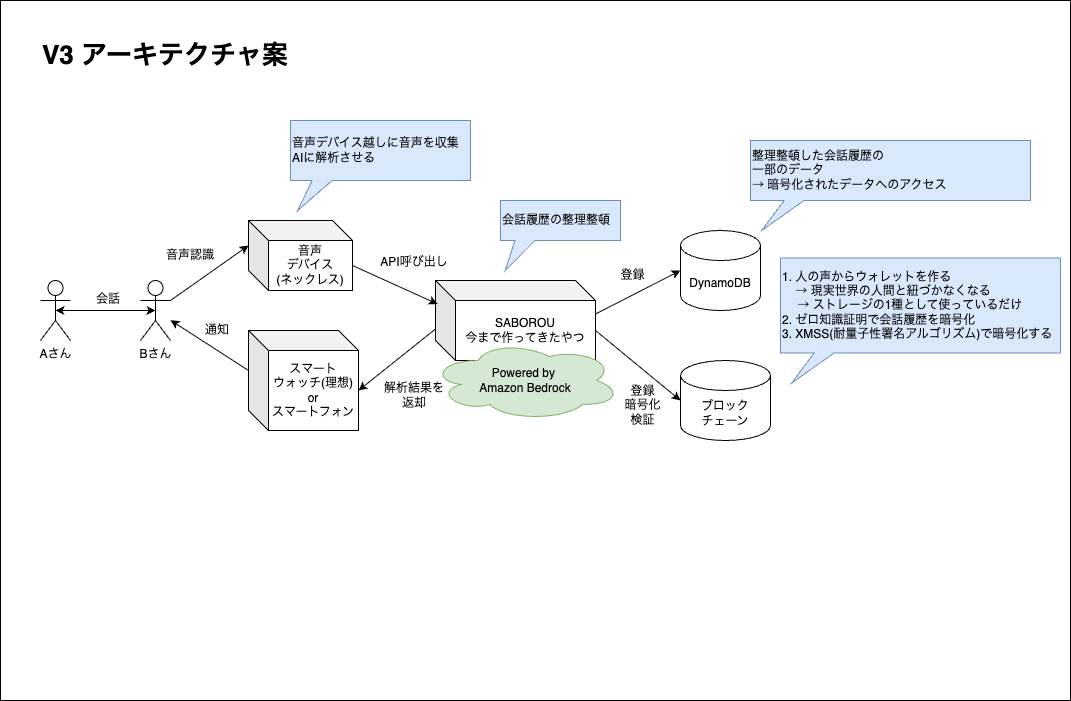
mashharuki/AWS-SummitHackathon-2026 keeps this draw.io diagram as docs/drawio/saborou-architecture-v3.drawio.png. Above is the earlier version. Source tidied: cells renumbered, new cells last; positions are measured from the earlier drawing's top-left corner, leaving out a move shared by most shapes. Source of this version:
```xml
<mxGraphModel background="#ffffff">
  <root>
    <mxCell id="0" />
    <mxCell id="1" parent="0" />
    <mxCell id="2" style="rounded=0;whiteSpace=wrap;html=1;" parent="1" vertex="1">
      <mxGeometry width="1070" height="700" as="geometry" />
    </mxCell>
    <mxCell id="3" value="&lt;font style=&quot;font-size: 26px;&quot;&gt;V3 アーキテクチャ案&lt;/font&gt;" style="text;html=1;align=center;verticalAlign=middle;whiteSpace=wrap;rounded=0;fontStyle=1;" parent="1" vertex="1">
      <mxGeometry x="30" y="40" width="270" height="30" as="geometry" />
    </mxCell>
    <mxCell id="4" value="Aさん" style="shape=umlActor;verticalLabelPosition=bottom;verticalAlign=top;html=1;outlineConnect=0;" parent="1" vertex="1">
      <mxGeometry x="40" y="280" width="30" height="60" as="geometry" />
    </mxCell>
    <mxCell id="5" value="Bさん" style="shape=umlActor;verticalLabelPosition=bottom;verticalAlign=top;html=1;outlineConnect=0;" parent="1" vertex="1">
      <mxGeometry x="140" y="280" width="30" height="60" as="geometry" />
    </mxCell>
    <mxCell id="6" value="音声&lt;div&gt;デバイス&lt;/div&gt;&lt;div&gt;(ネックレス)&lt;/div&gt;" style="shape=cube;whiteSpace=wrap;html=1;boundedLbl=1;backgroundOutline=1;darkOpacity=0.05;darkOpacity2=0.1;" parent="1" vertex="1">
      <mxGeometry x="248" y="220" width="104" height="70" as="geometry" />
    </mxCell>
    <mxCell id="7" value="スマート&lt;div&gt;ウォッチ(理想)&lt;br&gt;or&lt;br&gt;スマートフォン&lt;/div&gt;" style="shape=cube;whiteSpace=wrap;html=1;boundedLbl=1;backgroundOutline=1;darkOpacity=0.05;darkOpacity2=0.1;" parent="1" vertex="1">
      <mxGeometry x="248" y="330" width="110" height="100" as="geometry" />
    </mxCell>
    <mxCell id="8" value="SABOROU&lt;div&gt;今まで作ってきたやつ&lt;/div&gt;" style="shape=cube;whiteSpace=wrap;html=1;boundedLbl=1;backgroundOutline=1;darkOpacity=0.05;darkOpacity2=0.1;" parent="1" vertex="1">
      <mxGeometry x="435" y="280" width="160" height="80" as="geometry" />
    </mxCell>
    <mxCell id="9" value="1. 人の声からウォレットを作る&lt;br&gt;&amp;nbsp; &amp;nbsp; → 現実世界の人間と紐づかなくなる&lt;br&gt;　 → ストレージの1種として使っているだけ&lt;br&gt;2. ゼロ知識証明で会話履歴を暗号化&lt;br&gt;3. XMSS(耐量子性署名アルゴリズム)で暗号化する" style="shape=callout;whiteSpace=wrap;html=1;perimeter=calloutPerimeter;align=left;size=30;position=0.12;position2=0.04;fillColor=#dae8fc;strokeColor=#6c8ebf;" parent="1" vertex="1">
      <mxGeometry x="780" y="257.5" width="280" height="125" as="geometry" />
    </mxCell>
    <mxCell id="10" value="DynamoDB" style="shape=cylinder3;whiteSpace=wrap;html=1;boundedLbl=1;backgroundOutline=1;size=15;" parent="1" vertex="1">
      <mxGeometry x="680" y="230" width="80" height="80" as="geometry" />
    </mxCell>
    <mxCell id="11" value="ブロック&lt;div&gt;チェーン&lt;/div&gt;" style="shape=cylinder3;whiteSpace=wrap;html=1;boundedLbl=1;backgroundOutline=1;size=15;" parent="1" vertex="1">
      <mxGeometry x="680" y="360" width="90" height="80" as="geometry" />
    </mxCell>
    <mxCell id="12" value="Powered by&amp;nbsp;&lt;div&gt;Amazon Bedrock&lt;/div&gt;" style="ellipse;shape=cloud;whiteSpace=wrap;html=1;fillColor=#d5e8d4;strokeColor=#82b366;" parent="1" vertex="1">
      <mxGeometry x="430" y="340" width="190" height="80" as="geometry" />
    </mxCell>
    <mxCell id="13" value="音声デバイス越しに音声を収集&lt;br&gt;AIに解析させる" style="shape=callout;whiteSpace=wrap;html=1;perimeter=calloutPerimeter;align=left;size=30;position=0.12;position2=0.04;fillColor=#dae8fc;strokeColor=#6c8ebf;" parent="1" vertex="1">
      <mxGeometry x="290" y="120" width="180" height="90" as="geometry" />
    </mxCell>
    <mxCell id="14" value="会話履歴の整理整頓" style="shape=callout;whiteSpace=wrap;html=1;perimeter=calloutPerimeter;align=left;size=30;position=0.12;position2=0.04;fillColor=#dae8fc;strokeColor=#6c8ebf;" parent="1" vertex="1">
      <mxGeometry x="500" y="200" width="120" height="70" as="geometry" />
    </mxCell>
    <mxCell id="15" value="整理整頓した会話履歴の&lt;br&gt;一部のデータ&lt;br&gt;→ 暗号化されたデータへのアクセス" style="shape=callout;whiteSpace=wrap;html=1;perimeter=calloutPerimeter;align=left;size=30;position=0.12;position2=0.04;fillColor=#dae8fc;strokeColor=#6c8ebf;" parent="1" vertex="1">
      <mxGeometry x="750" y="140" width="280" height="90" as="geometry" />
    </mxCell>
    <mxCell id="16" style="endArrow=classic;startArrow=classic;html=1;entryX=0.5;entryY=0.5;entryDx=0;entryDy=0;entryPerimeter=0;exitX=0.5;exitY=0.5;exitDx=0;exitDy=0;exitPerimeter=0;" parent="1" edge="1" source="4" target="5">
      <mxGeometry relative="1" as="geometry" />
    </mxCell>
    <mxCell id="17" value="会話" style="text;html=1;align=center;verticalAlign=middle;whiteSpace=wrap;rounded=0;" parent="1" vertex="1">
      <mxGeometry x="78" y="284" width="60" height="30" as="geometry" />
    </mxCell>
    <mxCell id="18" style="endArrow=classic;html=1;exitX=1;exitY=0.3333333333333333;exitDx=0;exitDy=0;exitPerimeter=0;entryX=0;entryY=0;entryDx=0;entryDy=25;entryPerimeter=0;" parent="1" edge="1" source="5" target="6">
      <mxGeometry relative="1" as="geometry" />
    </mxCell>
    <mxCell id="19" style="endArrow=classic;html=1;exitX=0;exitY=0;exitDx=0;exitDy=40;exitPerimeter=0;" parent="1" edge="1" source="7" target="5">
      <mxGeometry relative="1" as="geometry" />
    </mxCell>
    <mxCell id="20" value="音声認識" style="text;html=1;align=center;verticalAlign=middle;whiteSpace=wrap;rounded=0;" parent="1" vertex="1">
      <mxGeometry x="160" y="240" width="60" height="30" as="geometry" />
    </mxCell>
    <mxCell id="21" value="通知" style="text;html=1;align=center;verticalAlign=middle;whiteSpace=wrap;rounded=0;" parent="1" vertex="1">
      <mxGeometry x="197" y="315" width="40" height="30" as="geometry" />
    </mxCell>
    <mxCell id="22" style="endArrow=classic;html=1;exitX=0;exitY=0;exitDx=104;exitDy=45;exitPerimeter=0;entryX=0.013;entryY=0.294;entryDx=0;entryDy=0;entryPerimeter=0;" parent="1" edge="1" source="6" target="8">
      <mxGeometry relative="1" as="geometry" />
    </mxCell>
    <mxCell id="23" style="endArrow=classic;html=1;exitX=0;exitY=0.606;exitDx=0;exitDy=0;exitPerimeter=0;entryX=0;entryY=0;entryDx=110;entryDy=60;entryPerimeter=0;" parent="1" edge="1" source="8" target="7">
      <mxGeometry relative="1" as="geometry" />
    </mxCell>
    <mxCell id="24" value="API呼び出し" style="text;html=1;align=center;verticalAlign=middle;whiteSpace=wrap;rounded=0;" parent="1" vertex="1">
      <mxGeometry x="378" y="247" width="72" height="30" as="geometry" />
    </mxCell>
    <mxCell id="25" value="解析結果を返却" style="text;html=1;align=center;verticalAlign=middle;whiteSpace=wrap;rounded=0;" parent="1" vertex="1">
      <mxGeometry x="378" y="380" width="72" height="30" as="geometry" />
    </mxCell>
    <mxCell id="26" style="endArrow=classic;html=1;exitX=1;exitY=0.419;exitDx=0;exitDy=0;exitPerimeter=0;entryX=0;entryY=0.5;entryDx=0;entryDy=0;entryPerimeter=0;" parent="1" edge="1" source="8" target="10">
      <mxGeometry relative="1" as="geometry" />
    </mxCell>
    <mxCell id="27" value="登録" style="text;html=1;align=center;verticalAlign=middle;whiteSpace=wrap;rounded=0;" parent="1" vertex="1">
      <mxGeometry x="610" y="260" width="45" height="30" as="geometry" />
    </mxCell>
    <mxCell id="28" value="登録&lt;br&gt;暗号化&lt;br&gt;検証" style="text;html=1;align=center;verticalAlign=middle;whiteSpace=wrap;rounded=0;" parent="1" vertex="1">
      <mxGeometry x="620" y="390" width="45" height="30" as="geometry" />
    </mxCell>
    <mxCell id="29" style="endArrow=classic;html=1;exitX=0;exitY=0;exitDx=160;exitDy=50;exitPerimeter=0;entryX=0;entryY=0.5;entryDx=0;entryDy=0;entryPerimeter=0;" parent="1" edge="1" source="8" target="11">
      <mxGeometry relative="1" as="geometry" />
    </mxCell>
  </root>
</mxGraphModel>
```
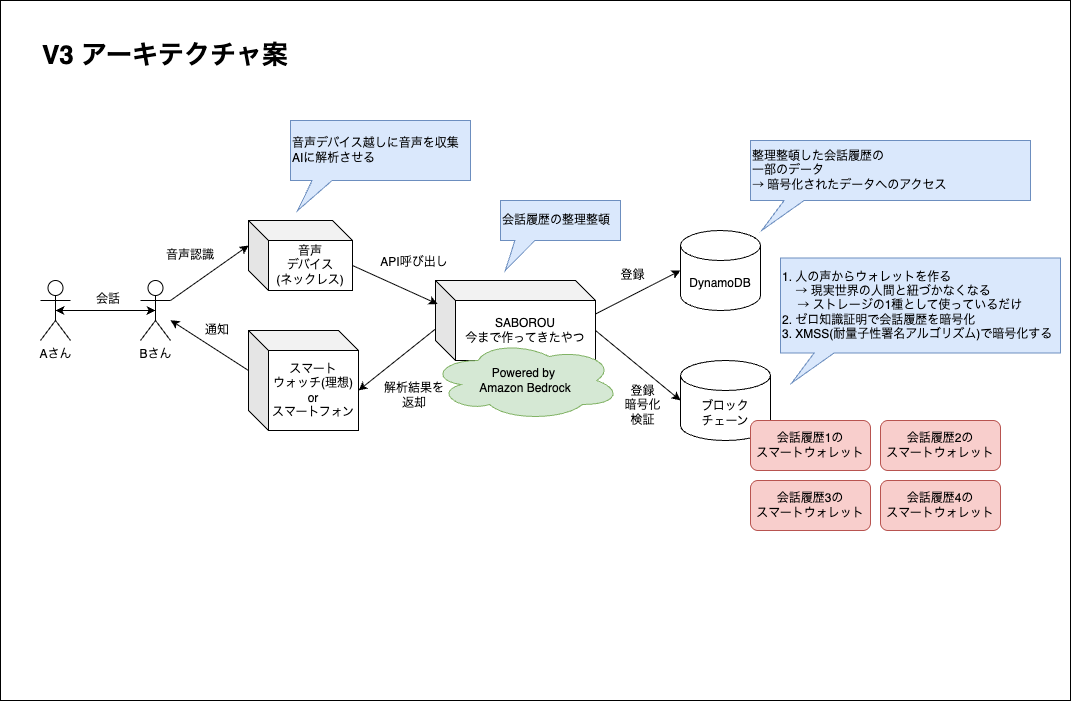
The same diagram one commit later.

The edit, as a diff of the source:
```diff
@@ -86,5 +86,17 @@
     <mxCell id="29" style="endArrow=classic;html=1;exitX=0;exitY=0;exitDx=160;exitDy=50;exitPerimeter=0;entryX=0;entryY=0.5;entryDx=0;entryDy=0;entryPerimeter=0;" parent="1" edge="1" source="8" target="11">
       <mxGeometry relative="1" as="geometry" />
     </mxCell>
+    <mxCell id="30" value="会話履歴1の&lt;br&gt;スマートウォレット" style="rounded=1;whiteSpace=wrap;html=1;fillColor=#f8cecc;strokeColor=#b85450;" parent="1" vertex="1">
+      <mxGeometry x="750" y="420" width="120" height="50" as="geometry" />
+    </mxCell>
+    <mxCell id="31" value="会話履歴3の&lt;br&gt;スマートウォレット" style="rounded=1;whiteSpace=wrap;html=1;fillColor=#f8cecc;strokeColor=#b85450;" parent="1" vertex="1">
+      <mxGeometry x="750" y="480" width="120" height="50" as="geometry" />
+    </mxCell>
+    <mxCell id="32" value="会話履歴2の&lt;br&gt;スマートウォレット" style="rounded=1;whiteSpace=wrap;html=1;fillColor=#f8cecc;strokeColor=#b85450;" parent="1" vertex="1">
+      <mxGeometry x="880" y="420" width="120" height="50" as="geometry" />
+    </mxCell>
+    <mxCell id="33" value="会話履歴4の&lt;br&gt;スマートウォレット" style="rounded=1;whiteSpace=wrap;html=1;fillColor=#f8cecc;strokeColor=#b85450;" parent="1" vertex="1">
+      <mxGeometry x="880" y="480" width="120" height="50" as="geometry" />
+    </mxCell>
   </root>
 </mxGraphModel>
```
